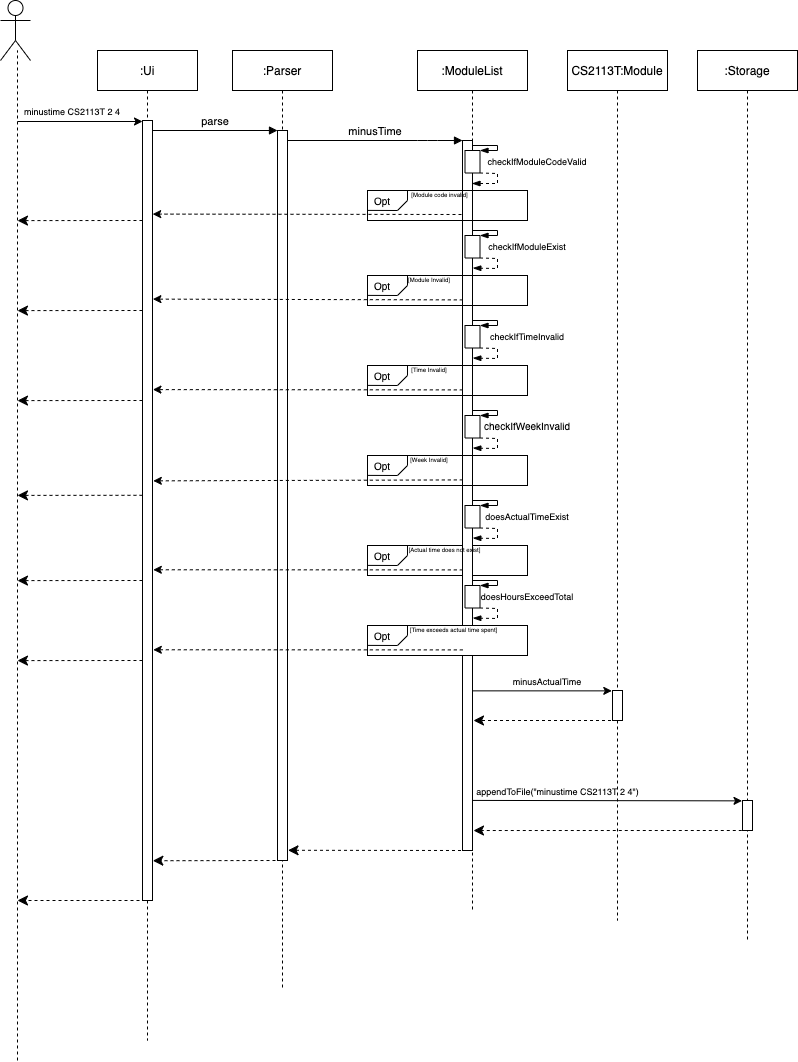
Above: docs/diagrams/minusTimeSeqDiagram.png in nus-cs2113-AY2021S1/tp (draw.io), before the change. Source tidied: cells renumbered, new cells last; positions are measured from the earlier drawing's top-left corner, leaving out a move shared by most shapes.
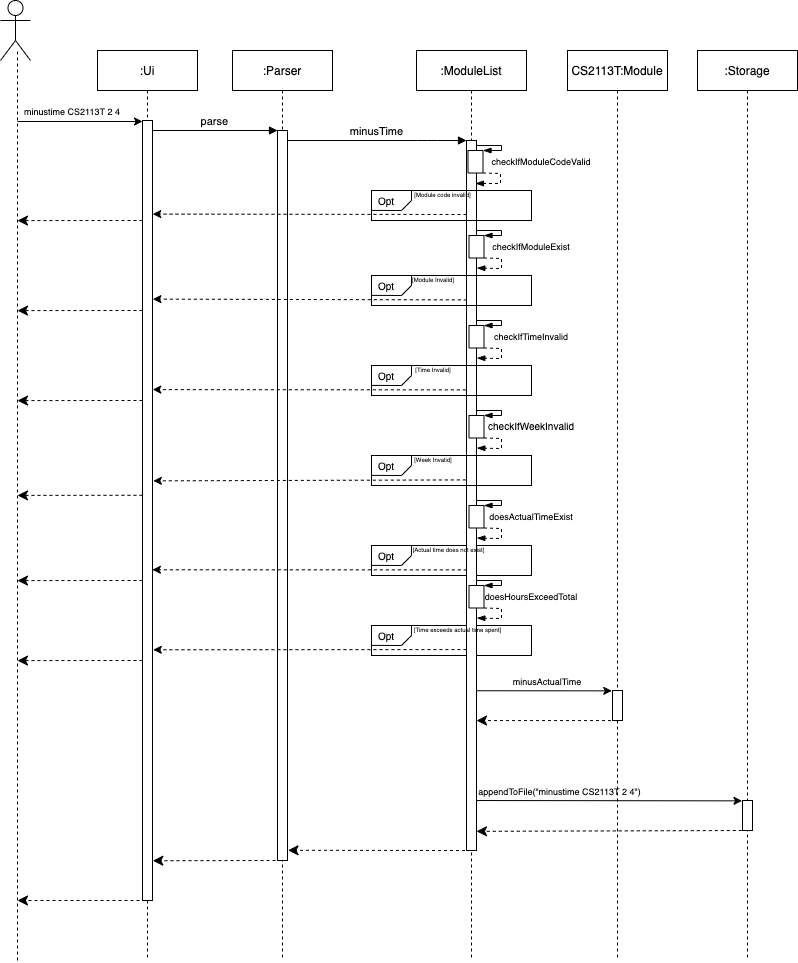
After the commit.

Commit message:
changes to uml diagram

What changed in the source:
```diff
@@ -2,25 +2,28 @@
   <root>
     <mxCell id="0" />
     <mxCell id="1" parent="0" />
+    <mxCell id="77" style="rounded=0;whiteSpace=wrap;html=1;strokeWidth=1;" parent="1" vertex="1">
+      <mxGeometry x="367" y="625" width="160" height="30" as="geometry" />
+    </mxCell>
     <mxCell id="2" style="rounded=0;whiteSpace=wrap;html=1;strokeWidth=1;" parent="1" vertex="1">
       <mxGeometry x="367" y="545" width="160" height="30" as="geometry" />
     </mxCell>
     <mxCell id="3" value=":Ui" style="shape=umlLifeline;perimeter=lifelinePerimeter;rounded=0;shadow=0;strokeWidth=1;" parent="1" vertex="1">
-      <mxGeometry x="97" y="50" width="100" height="990" as="geometry" />
+      <mxGeometry x="93" y="50" width="100" height="910" as="geometry" />
     </mxCell>
     <mxCell id="4" style="points=[];perimeter=orthogonalPerimeter;rounded=0;shadow=0;strokeWidth=1;" parent="3" vertex="1">
       <mxGeometry x="45" y="70" width="10" height="780" as="geometry" />
     </mxCell>
     <mxCell id="5" value=":Parser" style="shape=umlLifeline;perimeter=lifelinePerimeter;rounded=0;shadow=0;strokeWidth=1;" parent="1" vertex="1">
-      <mxGeometry x="232" y="50" width="100" height="940" as="geometry" />
+      <mxGeometry x="228" y="50" width="100" height="910" as="geometry" />
     </mxCell>
     <mxCell id="6" style="points=[];perimeter=orthogonalPerimeter;rounded=0;shadow=0;strokeWidth=1;" parent="5" vertex="1">
       <mxGeometry x="45" y="80" width="10" height="730" as="geometry" />
     </mxCell>
     <mxCell id="7" style="verticalAlign=bottom;endArrow=classic;dashed=1;endSize=8;shadow=0;strokeWidth=1;endFill=1;" parent="1" edge="1">
       <mxGeometry relative="1" as="geometry">
-        <mxPoint x="145" y="900" as="sourcePoint" />
-        <mxPoint x="17" y="900" as="targetPoint" />
+        <mxPoint x="141" y="900" as="sourcePoint" />
+        <mxPoint x="13" y="900" as="targetPoint" />
       </mxGeometry>
     </mxCell>
     <mxCell id="8" value="parse" style="verticalAlign=bottom;endArrow=block;entryX=0;entryY=0;shadow=0;strokeWidth=1;" parent="1" edge="1" source="4" target="6">
@@ -28,37 +31,38 @@
     </mxCell>
     <mxCell id="9" style="endArrow=none;dashed=1;html=1;" parent="1" edge="1">
       <mxGeometry relative="1" as="geometry">
-        <mxPoint x="17" y="1060" as="sourcePoint" />
-        <mxPoint x="17" y="50" as="targetPoint" />
+        <mxPoint x="13" y="960" as="sourcePoint" />
+        <mxPoint x="13" y="50" as="targetPoint" />
       </mxGeometry>
     </mxCell>
     <mxCell id="10" style="endArrow=classic;html=1;" parent="1" edge="1" target="4">
       <mxGeometry relative="1" as="geometry">
-        <mxPoint x="17" y="121" as="sourcePoint" />
+        <mxPoint x="13" y="121" as="sourcePoint" />
       </mxGeometry>
     </mxCell>
-    <mxCell id="11" value=":ModuleList" style="shape=umlLifeline;perimeter=lifelinePerimeter;rounded=0;shadow=0;strokeWidth=1;" parent="1" vertex="1">
-      <mxGeometry x="417" y="50" width="110" height="860" as="geometry" />
+    <mxCell id="11" value=":ModuleList" style="shape=umlLifeline;perimeter=lifelinePerimeter;rounded=0;shadow=0;strokeWidth=1;size=40;" parent="1" vertex="1">
+      <mxGeometry x="412" y="50" width="110" height="910" as="geometry" />
     </mxCell>
     <mxCell id="12" style="points=[];perimeter=orthogonalPerimeter;rounded=0;shadow=0;strokeWidth=1;" parent="11" vertex="1">
-      <mxGeometry x="45" y="90" width="10" height="710" as="geometry" />
+      <mxGeometry x="50" y="90" width="10" height="710" as="geometry" />
     </mxCell>
     <mxCell id="13" style="rounded=0;whiteSpace=wrap;html=1;rotation=-90;" parent="11" vertex="1">
-      <mxGeometry x="43.8" y="103.8" width="22.5" height="15" as="geometry" />
+      <mxGeometry x="47.8" y="103.8" width="22.5" height="15" as="geometry" />
     </mxCell>
-    <mxCell id="14" style="endArrow=blockThin;html=1;exitX=0;exitY=1;exitDx=0;exitDy=0;endFill=1;rounded=0;dashed=1;" parent="11" edge="1" source="13" target="11">
+    <mxCell id="14" style="endArrow=blockThin;html=1;exitX=0;exitY=1;exitDx=0;exitDy=0;endFill=1;rounded=0;dashed=1;" parent="11" edge="1" source="13">
       <mxGeometry relative="1" as="geometry">
+        <mxPoint x="58.9" y="133" as="targetPoint" />
         <Array as="points">
-          <mxPoint x="80" y="123" />
-          <mxPoint x="80" y="133" />
+          <mxPoint x="84" y="123" />
+          <mxPoint x="84" y="133" />
         </Array>
       </mxGeometry>
     </mxCell>
     <mxCell id="15" value="&lt;span style=&quot;font-size: 6px&quot;&gt;[Module code invalid]&lt;/span&gt;" style="text;html=1;strokeColor=none;fillColor=none;align=center;verticalAlign=middle;whiteSpace=wrap;rounded=0;" parent="11" vertex="1">
-      <mxGeometry x="-10" y="137" width="65" height="10" as="geometry" />
+      <mxGeometry x="-6" y="137" width="65" height="10" as="geometry" />
     </mxCell>
     <mxCell id="16" value=":Storage" style="shape=umlLifeline;perimeter=lifelinePerimeter;rounded=0;shadow=0;strokeWidth=1;" parent="1" vertex="1">
-      <mxGeometry x="697" y="50" width="100" height="890" as="geometry" />
+      <mxGeometry x="693" y="50" width="100" height="910" as="geometry" />
     </mxCell>
     <mxCell id="17" style="points=[];perimeter=orthogonalPerimeter;rounded=0;shadow=0;strokeWidth=1;" parent="16" vertex="1">
       <mxGeometry x="45" y="750" width="10" height="30" as="geometry" />
@@ -66,7 +70,7 @@
     <mxCell id="18" value="minusTime" style="verticalAlign=bottom;endArrow=block;shadow=0;strokeWidth=1;" parent="1" edge="1" source="6" target="12">
       <mxGeometry relative="1" as="geometry">
         <Array as="points">
-          <mxPoint x="427" y="140" />
+          <mxPoint x="423" y="140" />
         </Array>
       </mxGeometry>
     </mxCell>
@@ -90,9 +94,9 @@
     <mxCell id="21" value="&lt;font style=&quot;font-size: 10px&quot;&gt;Opt&lt;/font&gt;" style="text;html=1;strokeColor=none;fillColor=none;align=center;verticalAlign=middle;whiteSpace=wrap;rounded=0;" parent="1" vertex="1">
       <mxGeometry x="362" y="190" width="40" height="20" as="geometry" />
     </mxCell>
-    <mxCell id="22" style="endArrow=classic;html=1;dashed=1;entryX=1.019;entryY=0.12;entryDx=0;entryDy=0;entryPerimeter=0;" parent="1" edge="1" target="4">
+    <mxCell id="22" style="endArrow=classic;html=1;dashed=1;entryX=1.026;entryY=0.12;entryDx=0;entryDy=0;entryPerimeter=0;" parent="1" edge="1" target="4">
       <mxGeometry relative="1" as="geometry">
-        <mxPoint x="461" y="214" as="sourcePoint" />
+        <mxPoint x="462" y="214" as="sourcePoint" />
       </mxGeometry>
     </mxCell>
     <mxCell id="23" value="&lt;font&gt;&lt;font style=&quot;font-size: 9px&quot;&gt;checkIfModuleCodeValid&lt;/font&gt;&lt;br&gt;&lt;/font&gt;" style="text;html=1;strokeColor=none;fillColor=none;align=center;verticalAlign=middle;whiteSpace=wrap;rounded=0;" parent="1" vertex="1">
@@ -176,9 +180,9 @@
     <mxCell id="37" value="&lt;font style=&quot;font-size: 10px&quot;&gt;Opt&lt;/font&gt;" style="text;html=1;strokeColor=none;fillColor=none;align=center;verticalAlign=middle;whiteSpace=wrap;rounded=0;" parent="1" vertex="1">
       <mxGeometry x="362" y="365" width="40" height="20" as="geometry" />
     </mxCell>
-    <mxCell id="38" style="endArrow=classic;html=1;exitX=0.033;exitY=0.496;exitDx=0;exitDy=0;exitPerimeter=0;dashed=1;entryX=1.04;entryY=0.345;entryDx=0;entryDy=0;entryPerimeter=0;" parent="1" edge="1" target="4">
+    <mxCell id="38" style="endArrow=classic;html=1;exitX=0.033;exitY=0.496;exitDx=0;exitDy=0;exitPerimeter=0;dashed=1;entryX=1.026;entryY=0.345;entryDx=0;entryDy=0;entryPerimeter=0;" parent="1" edge="1" target="4">
       <mxGeometry relative="1" as="geometry">
-        <mxPoint x="462.3" y="389.4" as="sourcePoint" />
+        <mxPoint x="461.3" y="389.4" as="sourcePoint" />
       </mxGeometry>
     </mxCell>
     <mxCell id="39" value="&lt;font style=&quot;font-size: 9px&quot;&gt;checkIfTimeInvalid&lt;/font&gt;" style="text;html=1;strokeColor=none;fillColor=none;align=center;verticalAlign=middle;whiteSpace=wrap;rounded=0;" parent="1" vertex="1">
@@ -219,9 +223,9 @@
     <mxCell id="45" value="&lt;font style=&quot;font-size: 10px&quot;&gt;Opt&lt;/font&gt;" style="text;html=1;strokeColor=none;fillColor=none;align=center;verticalAlign=middle;whiteSpace=wrap;rounded=0;" parent="1" vertex="1">
       <mxGeometry x="362" y="455" width="40" height="20" as="geometry" />
     </mxCell>
-    <mxCell id="46" style="endArrow=classic;html=1;exitX=0.033;exitY=0.496;exitDx=0;exitDy=0;exitPerimeter=0;dashed=1;entryX=1.08;entryY=0.462;entryDx=0;entryDy=0;entryPerimeter=0;" parent="1" edge="1" target="4">
+    <mxCell id="46" style="endArrow=classic;html=1;exitX=0.033;exitY=0.496;exitDx=0;exitDy=0;exitPerimeter=0;dashed=1;entryX=1.084;entryY=0.462;entryDx=0;entryDy=0;entryPerimeter=0;" parent="1" edge="1" target="4">
       <mxGeometry relative="1" as="geometry">
-        <mxPoint x="462.3" y="479.4" as="sourcePoint" />
+        <mxPoint x="461.3" y="479.4" as="sourcePoint" />
       </mxGeometry>
     </mxCell>
     <mxCell id="47" value="&lt;font size=&quot;1&quot;&gt;checkIfWeekInvalid&lt;/font&gt;" style="text;html=1;strokeColor=none;fillColor=none;align=center;verticalAlign=middle;whiteSpace=wrap;rounded=0;" parent="1" vertex="1">
@@ -262,7 +266,7 @@
     <mxCell id="53" value="&lt;font style=&quot;font-size: 10px&quot;&gt;Opt&lt;/font&gt;" style="text;html=1;strokeColor=none;fillColor=none;align=center;verticalAlign=middle;whiteSpace=wrap;rounded=0;" parent="1" vertex="1">
       <mxGeometry x="362" y="545" width="40" height="20" as="geometry" />
     </mxCell>
-    <mxCell id="54" style="endArrow=classic;html=1;exitX=0.033;exitY=0.496;exitDx=0;exitDy=0;exitPerimeter=0;dashed=1;entryX=1.08;entryY=0.576;entryDx=0;entryDy=0;entryPerimeter=0;" parent="1" edge="1" target="4">
+    <mxCell id="54" style="endArrow=classic;html=1;exitX=0.033;exitY=0.496;exitDx=0;exitDy=0;exitPerimeter=0;dashed=1;entryX=0.986;entryY=0.576;entryDx=0;entryDy=0;entryPerimeter=0;" parent="1" edge="1" target="4">
       <mxGeometry relative="1" as="geometry">
         <mxPoint x="462.3" y="569.4" as="sourcePoint" />
       </mxGeometry>
@@ -283,80 +287,75 @@
       <mxGeometry x="367" y="455" width="160" height="30" as="geometry" />
     </mxCell>
     <mxCell id="60" value="CS2113T:Module" style="shape=umlLifeline;perimeter=lifelinePerimeter;rounded=0;shadow=0;strokeWidth=1;" parent="1" vertex="1">
-      <mxGeometry x="567" y="50" width="100" height="870" as="geometry" />
+      <mxGeometry x="563" y="50" width="100" height="910" as="geometry" />
     </mxCell>
     <mxCell id="61" style="points=[];perimeter=orthogonalPerimeter;rounded=0;shadow=0;strokeWidth=1;" parent="60" vertex="1">
       <mxGeometry x="45" y="640" width="10" height="30" as="geometry" />
     </mxCell>
     <mxCell id="62" value="&lt;font style=&quot;font-size: 9px&quot;&gt;minustime CS2113T 2 4&lt;/font&gt;" style="text;html=1;strokeColor=none;fillColor=none;align=center;verticalAlign=middle;whiteSpace=wrap;rounded=0;" parent="1" vertex="1">
-      <mxGeometry x="17" y="100" width="110" height="20" as="geometry" />
+      <mxGeometry x="13" y="100" width="110" height="20" as="geometry" />
     </mxCell>
-    <mxCell id="63" style="endArrow=classic;html=1;entryX=-0.072;entryY=0.012;entryDx=0;entryDy=0;entryPerimeter=0;" parent="1" edge="1" source="11" target="61">
+    <mxCell id="63" style="endArrow=classic;html=1;entryX=-0.072;entryY=0.012;entryDx=0;entryDy=0;entryPerimeter=0;exitX=0.975;exitY=0.775;exitDx=0;exitDy=0;exitPerimeter=0;" parent="1" edge="1" source="12" target="61">
       <mxGeometry relative="1" as="geometry" />
     </mxCell>
     <mxCell id="64" value="&lt;font style=&quot;font-size: 9px&quot;&gt;minusActualTime&lt;/font&gt;" style="text;html=1;strokeColor=none;fillColor=none;align=center;verticalAlign=middle;whiteSpace=wrap;rounded=0;" parent="1" vertex="1">
-      <mxGeometry x="492" y="670" width="110" height="20" as="geometry" />
+      <mxGeometry x="488" y="670" width="110" height="20" as="geometry" />
     </mxCell>
-    <mxCell id="65" style="verticalAlign=bottom;endArrow=classic;dashed=1;endSize=8;shadow=0;strokeWidth=1;endFill=1;" parent="1" edge="1" source="60">
-      <mxGeometry relative="1" as="geometry">
-        <mxPoint x="473" y="720" as="targetPoint" />
-      </mxGeometry>
+    <mxCell id="65" style="verticalAlign=bottom;endArrow=classic;dashed=1;endSize=8;shadow=0;strokeWidth=1;endFill=1;entryX=1.002;entryY=0.817;entryDx=0;entryDy=0;entryPerimeter=0;" parent="1" edge="1" source="60" target="12">
+      <mxGeometry relative="1" as="geometry" />
     </mxCell>
-    <mxCell id="66" style="endArrow=classic;html=1;exitX=0.504;exitY=0.872;exitDx=0;exitDy=0;exitPerimeter=0;entryX=-0.049;entryY=0.012;entryDx=0;entryDy=0;entryPerimeter=0;" parent="1" edge="1" source="11" target="17">
+    <mxCell id="66" style="endArrow=classic;html=1;entryX=-0.049;entryY=0.012;entryDx=0;entryDy=0;entryPerimeter=0;exitX=0.024;exitY=1.001;exitDx=0;exitDy=0;exitPerimeter=0;" parent="1" edge="1" source="67" target="17">
       <mxGeometry relative="1" as="geometry" />
     </mxCell>
     <mxCell id="67" value="&lt;font style=&quot;font-size: 9px&quot;&gt;appendToFile(&quot;minustime CS2113T 2 4&quot;)&lt;/font&gt;" style="text;html=1;strokeColor=none;fillColor=none;align=center;verticalAlign=middle;whiteSpace=wrap;rounded=0;" parent="1" vertex="1">
-      <mxGeometry x="470" y="780" width="175" height="20" as="geometry" />
+      <mxGeometry x="468" y="780" width="175" height="20" as="geometry" />
     </mxCell>
-    <mxCell id="68" style="verticalAlign=bottom;endArrow=classic;dashed=1;endSize=8;shadow=0;strokeWidth=1;endFill=1;entryX=0.509;entryY=0.907;entryDx=0;entryDy=0;entryPerimeter=0;exitX=-0.072;exitY=1;exitDx=0;exitDy=0;exitPerimeter=0;" parent="1" edge="1" source="17" target="11">
+    <mxCell id="68" style="verticalAlign=bottom;endArrow=classic;dashed=1;endSize=8;shadow=0;strokeWidth=1;endFill=1;entryX=1;entryY=0.973;entryDx=0;entryDy=0;entryPerimeter=0;exitX=-0.072;exitY=1;exitDx=0;exitDy=0;exitPerimeter=0;" parent="1" edge="1" source="17" target="12">
       <mxGeometry relative="1" as="geometry" />
     </mxCell>
     <mxCell id="69" style="verticalAlign=bottom;endArrow=classic;dashed=1;endSize=8;shadow=0;strokeWidth=1;endFill=1;entryX=1.052;entryY=0.986;entryDx=0;entryDy=0;entryPerimeter=0;exitX=-0.151;exitY=1;exitDx=0;exitDy=0;exitPerimeter=0;" parent="1" edge="1" source="12">
       <mxGeometry relative="1" as="geometry">
-        <mxPoint x="287.5" y="849.8" as="targetPoint" />
+        <mxPoint x="283.5" y="849.8" as="targetPoint" />
       </mxGeometry>
     </mxCell>
     <mxCell id="70" style="verticalAlign=bottom;endArrow=classic;dashed=1;endSize=8;shadow=0;strokeWidth=1;endFill=1;entryX=1.035;entryY=0.949;entryDx=0;entryDy=0;entryPerimeter=0;" parent="1" edge="1" target="4">
       <mxGeometry relative="1" as="geometry">
-        <mxPoint x="275" y="860" as="sourcePoint" />
+        <mxPoint x="271" y="860" as="sourcePoint" />
       </mxGeometry>
     </mxCell>
     <mxCell id="71" style="verticalAlign=bottom;endArrow=classic;dashed=1;endSize=8;shadow=0;strokeWidth=1;endFill=1;exitX=-0.003;exitY=0.705;exitDx=0;exitDy=0;exitPerimeter=0;" parent="1" edge="1">
       <mxGeometry relative="1" as="geometry">
-        <mxPoint x="142" y="580" as="sourcePoint" />
-        <mxPoint x="17" y="580.1" as="targetPoint" />
+        <mxPoint x="138" y="580" as="sourcePoint" />
+        <mxPoint x="13" y="580.1" as="targetPoint" />
       </mxGeometry>
     </mxCell>
     <mxCell id="72" style="verticalAlign=bottom;endArrow=classic;dashed=1;endSize=8;shadow=0;strokeWidth=1;endFill=1;exitX=-0.003;exitY=0.705;exitDx=0;exitDy=0;exitPerimeter=0;" parent="1" edge="1">
       <mxGeometry relative="1" as="geometry">
-        <mxPoint x="142" y="494.8" as="sourcePoint" />
-        <mxPoint x="17" y="494.9" as="targetPoint" />
+        <mxPoint x="138" y="494.8" as="sourcePoint" />
+        <mxPoint x="13" y="494.9" as="targetPoint" />
       </mxGeometry>
     </mxCell>
     <mxCell id="73" style="verticalAlign=bottom;endArrow=classic;dashed=1;endSize=8;shadow=0;strokeWidth=1;endFill=1;exitX=-0.003;exitY=0.705;exitDx=0;exitDy=0;exitPerimeter=0;" parent="1" edge="1">
       <mxGeometry relative="1" as="geometry">
-        <mxPoint x="142" y="400" as="sourcePoint" />
-        <mxPoint x="17" y="400.1" as="targetPoint" />
+        <mxPoint x="138" y="400" as="sourcePoint" />
+        <mxPoint x="13" y="400.1" as="targetPoint" />
       </mxGeometry>
     </mxCell>
     <mxCell id="74" style="verticalAlign=bottom;endArrow=classic;dashed=1;endSize=8;shadow=0;strokeWidth=1;endFill=1;exitX=-0.003;exitY=0.705;exitDx=0;exitDy=0;exitPerimeter=0;" parent="1" edge="1">
       <mxGeometry relative="1" as="geometry">
-        <mxPoint x="142" y="310" as="sourcePoint" />
-        <mxPoint x="17" y="310.1" as="targetPoint" />
+        <mxPoint x="138" y="310" as="sourcePoint" />
+        <mxPoint x="13" y="310.1" as="targetPoint" />
       </mxGeometry>
     </mxCell>
     <mxCell id="75" style="verticalAlign=bottom;endArrow=classic;dashed=1;endSize=8;shadow=0;strokeWidth=1;endFill=1;exitX=-0.003;exitY=0.705;exitDx=0;exitDy=0;exitPerimeter=0;" parent="1" edge="1">
       <mxGeometry relative="1" as="geometry">
-        <mxPoint x="142" y="220" as="sourcePoint" />
-        <mxPoint x="17" y="220.1" as="targetPoint" />
+        <mxPoint x="138" y="220" as="sourcePoint" />
+        <mxPoint x="13" y="220.1" as="targetPoint" />
       </mxGeometry>
     </mxCell>
     <mxCell id="76" style="shape=umlActor;verticalLabelPosition=bottom;verticalAlign=top;html=1;strokeWidth=1;fillColor=none;" parent="1" vertex="1">
-      <mxGeometry width="30" height="60" as="geometry" />
+      <mxGeometry x="-4" width="30" height="60" as="geometry" />
     </mxCell>
-    <mxCell id="77" style="rounded=0;whiteSpace=wrap;html=1;strokeWidth=1;" parent="1" vertex="1">
-      <mxGeometry x="367" y="625" width="160" height="30" as="geometry" />
-    </mxCell>
     <mxCell id="78" style="rounded=0;whiteSpace=wrap;html=1;rotation=-90;" parent="1" vertex="1">
       <mxGeometry x="460.8" y="588.8" width="22.5" height="15" as="geometry" />
     </mxCell>
@@ -392,10 +391,9 @@
     <mxCell id="83" value="&lt;font style=&quot;font-size: 10px&quot;&gt;Opt&lt;/font&gt;" style="text;html=1;strokeColor=none;fillColor=none;align=center;verticalAlign=middle;whiteSpace=wrap;rounded=0;" parent="1" vertex="1">
       <mxGeometry x="362" y="625" width="40" height="20" as="geometry" />
     </mxCell>
-    <mxCell id="84" style="endArrow=classic;html=1;exitX=0.033;exitY=0.496;exitDx=0;exitDy=0;exitPerimeter=0;dashed=1;entryX=1.08;entryY=0.576;entryDx=0;entryDy=0;entryPerimeter=0;" parent="1" edge="1">
+    <mxCell id="84" style="endArrow=classic;html=1;exitX=-0.008;exitY=0.717;exitDx=0;exitDy=0;exitPerimeter=0;dashed=1;entryX=1.08;entryY=0.576;entryDx=0;entryDy=0;entryPerimeter=0;" parent="1" edge="1" source="12">
       <mxGeometry relative="1" as="geometry">
-        <mxPoint x="462.3" y="649.4" as="sourcePoint" />
-        <mxPoint x="152.8" y="649.3" as="targetPoint" />
+        <mxPoint x="148.8" y="649.3" as="targetPoint" />
       </mxGeometry>
     </mxCell>
     <mxCell id="85" value="&lt;font style=&quot;font-size: 9px&quot;&gt;doesHoursExceedTotal&lt;br&gt;&lt;/font&gt;" style="text;html=1;strokeColor=none;fillColor=none;align=center;verticalAlign=middle;whiteSpace=wrap;rounded=0;" parent="1" vertex="1">
@@ -403,8 +401,8 @@
     </mxCell>
     <mxCell id="86" style="verticalAlign=bottom;endArrow=classic;dashed=1;endSize=8;shadow=0;strokeWidth=1;endFill=1;exitX=-0.003;exitY=0.705;exitDx=0;exitDy=0;exitPerimeter=0;" parent="1" edge="1">
       <mxGeometry relative="1" as="geometry">
-        <mxPoint x="142" y="660" as="sourcePoint" />
-        <mxPoint x="17" y="660.1" as="targetPoint" />
+        <mxPoint x="138" y="660" as="sourcePoint" />
+        <mxPoint x="13" y="660.1" as="targetPoint" />
       </mxGeometry>
     </mxCell>
   </root>
```
